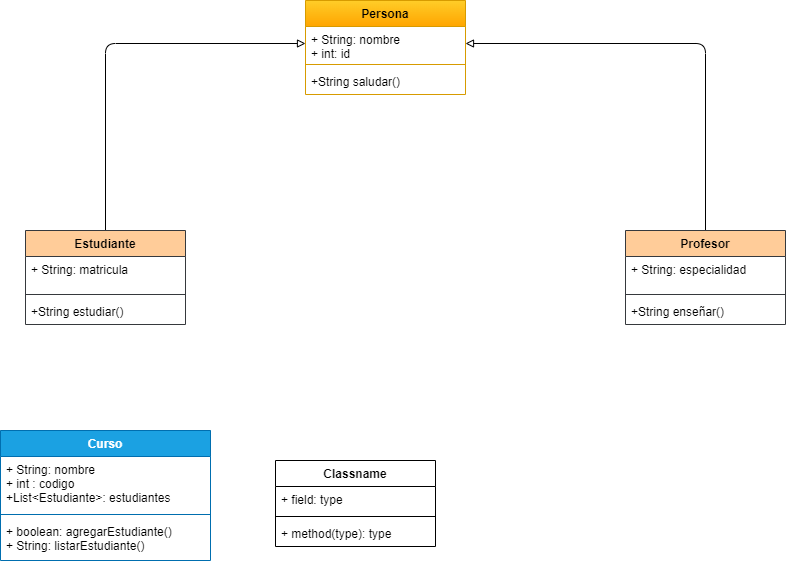
nexphernandez/gestion-academica keeps this draw.io diagram as images/diagrama-clases-academia.drawio.png. Above is the earlier version. Source tidied: cells renumbered, new cells last; positions are measured from the earlier drawing's top-left corner, leaving out a move shared by most shapes.
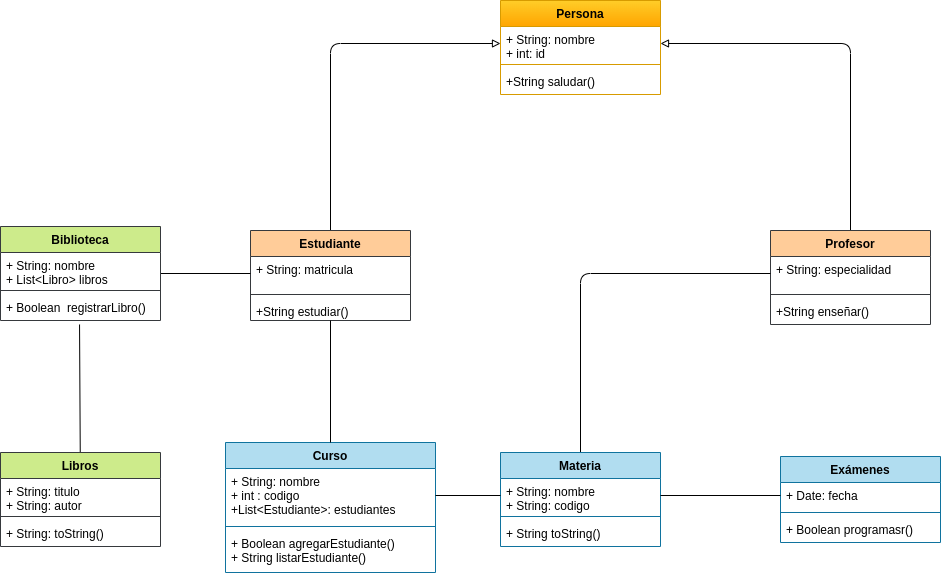
Above is the later version.

Commit message:
Se termina el diagramas de clase

What changed in the source:
```diff
@@ -1,9 +1,9 @@
-<mxGraphModel>
+<mxGraphModel background="#ffffff">
   <root>
     <mxCell id="0" />
     <mxCell id="1" parent="0" />
     <mxCell id="2" value="Persona&#10;" style="swimlane;fontStyle=1;align=center;verticalAlign=top;horizontal=1;startSize=26;fillColor=#ffcd28;strokeColor=#d79b00;gradientColor=#ffa500;" parent="1" vertex="1">
-      <mxGeometry x="305" width="160" height="94" as="geometry" />
+      <mxGeometry x="275" width="160" height="94" as="geometry" />
     </mxCell>
     <mxCell id="3" value="+ String: nombre&#10;+ int: id" style="text;strokeColor=none;fillColor=none;align=left;verticalAlign=top;spacingLeft=4;spacingRight=4;overflow=hidden;points=[[0,0.5],[1,0.5]];portConstraint=eastwest;" parent="2" vertex="1">
       <mxGeometry y="26" width="160" height="34" as="geometry" />
@@ -18,7 +18,7 @@
       <mxGeometry relative="1" as="geometry" />
     </mxCell>
     <mxCell id="7" value="Estudiante" style="swimlane;fontStyle=1;align=center;verticalAlign=top;horizontal=1;startSize=26;fillColor=#ffcc99;strokeColor=#36393d;" parent="1" vertex="1">
-      <mxGeometry x="25" y="230" width="160" height="94" as="geometry" />
+      <mxGeometry x="25" y="230" width="160" height="90" as="geometry" />
     </mxCell>
     <mxCell id="8" value="+ String: matricula&#10;" style="text;strokeColor=none;fillColor=none;align=left;verticalAlign=top;spacingLeft=4;spacingRight=4;overflow=hidden;points=[[0,0.5],[1,0.5]];portConstraint=eastwest;" parent="7" vertex="1">
       <mxGeometry y="26" width="160" height="34" as="geometry" />
@@ -27,13 +27,13 @@
       <mxGeometry y="60" width="160" height="8" as="geometry" />
     </mxCell>
     <mxCell id="10" value="+String estudiar()" style="text;strokeColor=none;fillColor=none;align=left;verticalAlign=top;spacingLeft=4;spacingRight=4;overflow=hidden;points=[[0,0.5],[1,0.5]];portConstraint=eastwest;" parent="7" vertex="1">
-      <mxGeometry y="68" width="160" height="26" as="geometry" />
+      <mxGeometry y="68" width="160" height="22" as="geometry" />
     </mxCell>
     <mxCell id="11" style="edgeStyle=orthogonalEdgeStyle;html=1;entryX=1;entryY=0.5;entryDx=0;entryDy=0;endArrow=block;endFill=0;" parent="1" edge="1" source="12" target="3">
       <mxGeometry relative="1" as="geometry" />
     </mxCell>
     <mxCell id="12" value="Profesor&#10;" style="swimlane;fontStyle=1;align=center;verticalAlign=top;horizontal=1;startSize=26;fillColor=#ffcc99;strokeColor=#36393d;" parent="1" vertex="1">
-      <mxGeometry x="625" y="230" width="160" height="94" as="geometry" />
+      <mxGeometry x="545" y="230" width="160" height="94" as="geometry" />
     </mxCell>
     <mxCell id="13" value="+ String: especialidad&#10;" style="text;strokeColor=none;fillColor=none;align=left;verticalAlign=top;spacingLeft=4;spacingRight=4;overflow=hidden;points=[[0,0.5],[1,0.5]];portConstraint=eastwest;" parent="12" vertex="1">
       <mxGeometry y="26" width="160" height="34" as="geometry" />
@@ -44,8 +44,8 @@
     <mxCell id="15" value="+String enseñar()" style="text;strokeColor=none;fillColor=none;align=left;verticalAlign=top;spacingLeft=4;spacingRight=4;overflow=hidden;" parent="12" vertex="1">
       <mxGeometry y="68" width="160" height="26" as="geometry" />
     </mxCell>
-    <mxCell id="16" value="Curso" style="swimlane;fontStyle=1;align=center;verticalAlign=top;horizontal=1;startSize=26;fillColor=#1ba1e2;fontColor=#ffffff;strokeColor=#006EAF;" parent="1" vertex="1">
-      <mxGeometry y="430" width="210" height="130" as="geometry" />
+    <mxCell id="16" value="Curso" style="swimlane;fontStyle=1;align=center;verticalAlign=top;horizontal=1;startSize=26;fillColor=#b1ddf0;strokeColor=#10739e;" parent="1" vertex="1">
+      <mxGeometry y="442" width="210" height="130" as="geometry" />
     </mxCell>
     <mxCell id="17" value="+ String: nombre&#10;+ int : codigo&#10;+List&lt;Estudiante&gt;: estudiantes" style="text;strokeColor=none;fillColor=none;align=left;verticalAlign=top;spacingLeft=4;spacingRight=4;overflow=hidden;points=[[0,0.5],[1,0.5]];portConstraint=eastwest;" parent="16" vertex="1">
       <mxGeometry y="26" width="210" height="54" as="geometry" />
@@ -53,20 +53,74 @@
     <mxCell id="18" style="line;strokeWidth=1;fillColor=none;align=left;verticalAlign=middle;spacingTop=-1;spacingLeft=3;spacingRight=3;labelPosition=right;strokeColor=inherit;" parent="16" vertex="1">
       <mxGeometry y="80" width="210" height="8" as="geometry" />
     </mxCell>
-    <mxCell id="19" value="+ boolean: agregarEstudiante()&#10;+ String: listarEstudiante()" style="text;strokeColor=none;fillColor=none;align=left;verticalAlign=top;spacingLeft=4;spacingRight=4;overflow=hidden;" parent="16" vertex="1">
+    <mxCell id="19" value="+ Boolean agregarEstudiante()&#10;+ String listarEstudiante()" style="text;strokeColor=none;fillColor=none;align=left;verticalAlign=top;spacingLeft=4;spacingRight=4;overflow=hidden;" parent="16" vertex="1">
       <mxGeometry y="88" width="210" height="42" as="geometry" />
     </mxCell>
+    <mxCell id="24" style="edgeStyle=orthogonalEdgeStyle;html=1;entryX=0;entryY=0.5;entryDx=0;entryDy=0;endArrow=none;endFill=0;" parent="1" edge="1" source="20" target="13">
+      <mxGeometry relative="1" as="geometry" />
+    </mxCell>
-    <mxCell id="20" value="Classname" style="swimlane;fontStyle=1;align=center;verticalAlign=top;horizontal=1;startSize=26;" parent="1" vertex="1">
-      <mxGeometry x="275" y="460" width="160" height="86" as="geometry" />
+    <mxCell id="20" value="Materia" style="swimlane;fontStyle=1;align=center;verticalAlign=top;horizontal=1;startSize=26;fillColor=#b1ddf0;strokeColor=#10739e;" parent="1" vertex="1">
+      <mxGeometry x="275" y="452" width="160" height="94" as="geometry" />
     </mxCell>
-    <mxCell id="21" value="+ field: type" style="text;strokeColor=none;fillColor=none;align=left;verticalAlign=top;spacingLeft=4;spacingRight=4;overflow=hidden;points=[[0,0.5],[1,0.5]];portConstraint=eastwest;" parent="20" vertex="1">
-      <mxGeometry y="26" width="160" height="26" as="geometry" />
+    <mxCell id="21" value="+ String: nombre&#10;+ String: codigo" style="text;strokeColor=none;fillColor=none;align=left;verticalAlign=top;spacingLeft=4;spacingRight=4;overflow=hidden;points=[[0,0.5],[1,0.5]];portConstraint=eastwest;" parent="20" vertex="1">
+      <mxGeometry y="26" width="160" height="34" as="geometry" />
     </mxCell>
     <mxCell id="22" style="line;strokeWidth=1;fillColor=none;align=left;verticalAlign=middle;spacingTop=-1;spacingLeft=3;spacingRight=3;labelPosition=right;strokeColor=inherit;" parent="20" vertex="1">
-      <mxGeometry y="52" width="160" height="8" as="geometry" />
+      <mxGeometry y="60" width="160" height="8" as="geometry" />
     </mxCell>
-    <mxCell id="23" value="+ method(type): type" style="text;strokeColor=none;fillColor=none;align=left;verticalAlign=top;spacingLeft=4;spacingRight=4;overflow=hidden;" parent="20" vertex="1">
-      <mxGeometry y="60" width="160" height="26" as="geometry" />
+    <mxCell id="23" value="+ String toString()" style="text;strokeColor=none;fillColor=none;align=left;verticalAlign=top;spacingLeft=4;spacingRight=4;overflow=hidden;" parent="20" vertex="1">
+      <mxGeometry y="68" width="160" height="26" as="geometry" />
     </mxCell>
+    <mxCell id="25" value="Exámenes" style="swimlane;fontStyle=1;align=center;verticalAlign=top;horizontal=1;startSize=26;fillColor=#b1ddf0;strokeColor=#10739e;" parent="1" vertex="1">
+      <mxGeometry x="555" y="456" width="160" height="86" as="geometry" />
+    </mxCell>
+    <mxCell id="26" value="+ Date: fecha" style="text;strokeColor=none;fillColor=none;align=left;verticalAlign=top;spacingLeft=4;spacingRight=4;overflow=hidden;points=[[0,0.5],[1,0.5]];portConstraint=eastwest;" parent="25" vertex="1">
+      <mxGeometry y="26" width="160" height="26" as="geometry" />
+    </mxCell>
+    <mxCell id="27" style="line;strokeWidth=1;fillColor=none;align=left;verticalAlign=middle;spacingTop=-1;spacingLeft=3;spacingRight=3;labelPosition=right;strokeColor=inherit;" parent="25" vertex="1">
+      <mxGeometry y="52" width="160" height="8" as="geometry" />
+    </mxCell>
+    <mxCell id="28" value="+ Boolean programasr()" style="text;strokeColor=none;fillColor=none;align=left;verticalAlign=top;spacingLeft=4;spacingRight=4;overflow=hidden;" parent="25" vertex="1">
+      <mxGeometry y="60" width="160" height="26" as="geometry" />
+    </mxCell>
+    <mxCell id="29" style="edgeStyle=none;html=1;entryX=0;entryY=0.5;entryDx=0;entryDy=0;endArrow=none;endFill=0;" parent="1" edge="1" source="30" target="8">
+      <mxGeometry relative="1" as="geometry" />
+    </mxCell>
+    <mxCell id="30" value="Biblioteca" style="swimlane;fontStyle=1;align=center;verticalAlign=top;horizontal=1;startSize=26;fillColor=#cdeb8b;strokeColor=#36393d;" parent="1" vertex="1">
+      <mxGeometry x="-225" y="226" width="160" height="94" as="geometry" />
+    </mxCell>
+    <mxCell id="31" value="+ String: nombre&#10;+ List&lt;Libro&gt; libros" style="text;strokeColor=none;fillColor=none;align=left;verticalAlign=top;spacingLeft=4;spacingRight=4;overflow=hidden;" parent="30" vertex="1">
+      <mxGeometry y="26" width="160" height="34" as="geometry" />
+    </mxCell>
+    <mxCell id="32" style="line;strokeWidth=1;fillColor=none;align=left;verticalAlign=middle;spacingTop=-1;spacingLeft=3;spacingRight=3;labelPosition=right;strokeColor=inherit;" parent="30" vertex="1">
+      <mxGeometry y="60" width="160" height="8" as="geometry" />
+    </mxCell>
+    <mxCell id="33" value="+ Boolean  registrarLibro()" style="text;strokeColor=none;fillColor=none;align=left;verticalAlign=top;spacingLeft=4;spacingRight=4;overflow=hidden;points=[[0,0.5],[1,0.5]];portConstraint=eastwest;" parent="30" vertex="1">
+      <mxGeometry y="68" width="160" height="26" as="geometry" />
+    </mxCell>
+    <mxCell id="34" style="html=1;entryX=0.494;entryY=1.154;entryDx=0;entryDy=0;entryPerimeter=0;endArrow=none;endFill=0;" parent="1" edge="1" source="35" target="33">
+      <mxGeometry relative="1" as="geometry" />
+    </mxCell>
+    <mxCell id="35" value="Libros" style="swimlane;fontStyle=1;align=center;verticalAlign=top;horizontal=1;startSize=26;fillColor=#cdeb8b;strokeColor=#36393d;" parent="1" vertex="1">
+      <mxGeometry x="-225" y="452" width="160" height="94" as="geometry" />
+    </mxCell>
+    <mxCell id="36" value="+ String: titulo&#10;+ String: autor" style="text;strokeColor=none;fillColor=none;align=left;verticalAlign=top;spacingLeft=4;spacingRight=4;overflow=hidden;" parent="35" vertex="1">
+      <mxGeometry y="26" width="160" height="34" as="geometry" />
+    </mxCell>
+    <mxCell id="37" style="line;strokeWidth=1;fillColor=none;align=left;verticalAlign=middle;spacingTop=-1;spacingLeft=3;spacingRight=3;labelPosition=right;strokeColor=inherit;" parent="35" vertex="1">
+      <mxGeometry y="60" width="160" height="8" as="geometry" />
+    </mxCell>
+    <mxCell id="38" value="+ String: toString()" style="text;strokeColor=none;fillColor=none;align=left;verticalAlign=top;spacingLeft=4;spacingRight=4;overflow=hidden;" parent="35" vertex="1">
+      <mxGeometry y="68" width="160" height="26" as="geometry" />
+    </mxCell>
+    <mxCell id="39" style="html=1;entryX=0.5;entryY=0;entryDx=0;entryDy=0;endArrow=none;endFill=0;" parent="1" edge="1" source="10" target="16">
+      <mxGeometry relative="1" as="geometry" />
+    </mxCell>
+    <mxCell id="40" style="edgeStyle=none;html=1;entryX=0;entryY=0.5;entryDx=0;entryDy=0;endArrow=none;endFill=0;" parent="1" edge="1" source="17" target="21">
+      <mxGeometry relative="1" as="geometry" />
+    </mxCell>
+    <mxCell id="41" style="edgeStyle=orthogonalEdgeStyle;html=1;entryX=0;entryY=0.5;entryDx=0;entryDy=0;endArrow=none;endFill=0;" parent="1" edge="1" source="21" target="26">
+      <mxGeometry relative="1" as="geometry" />
+    </mxCell>
   </root>
 </mxGraphModel>
```
